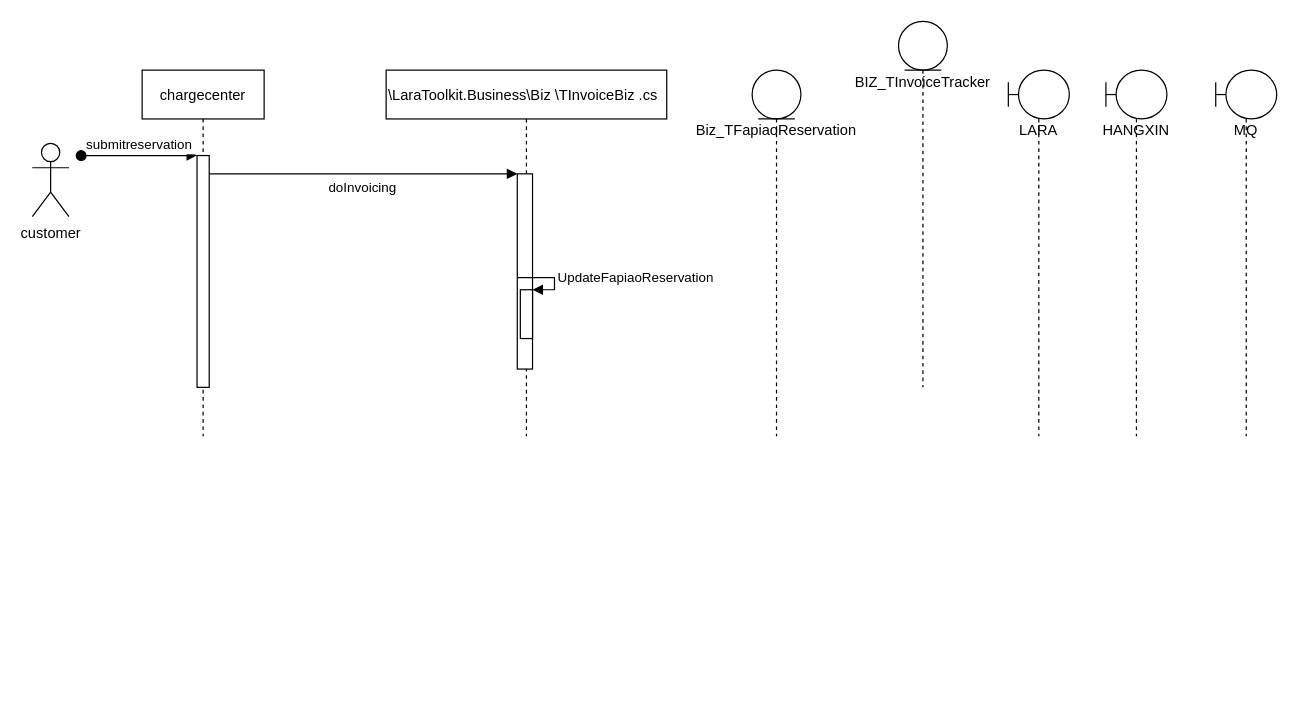
This is customer_reservation.drawio from yi2003/diagram, a draw.io file, before an edit. Source tidied: cells renumbered, new cells numbered last; positions are measured from the earlier drawing's top-left corner, leaving out a move shared by most shapes. Both pictures are drawn from the tidied source at 122%, with x=0, y=0 at pixel (32, 21).
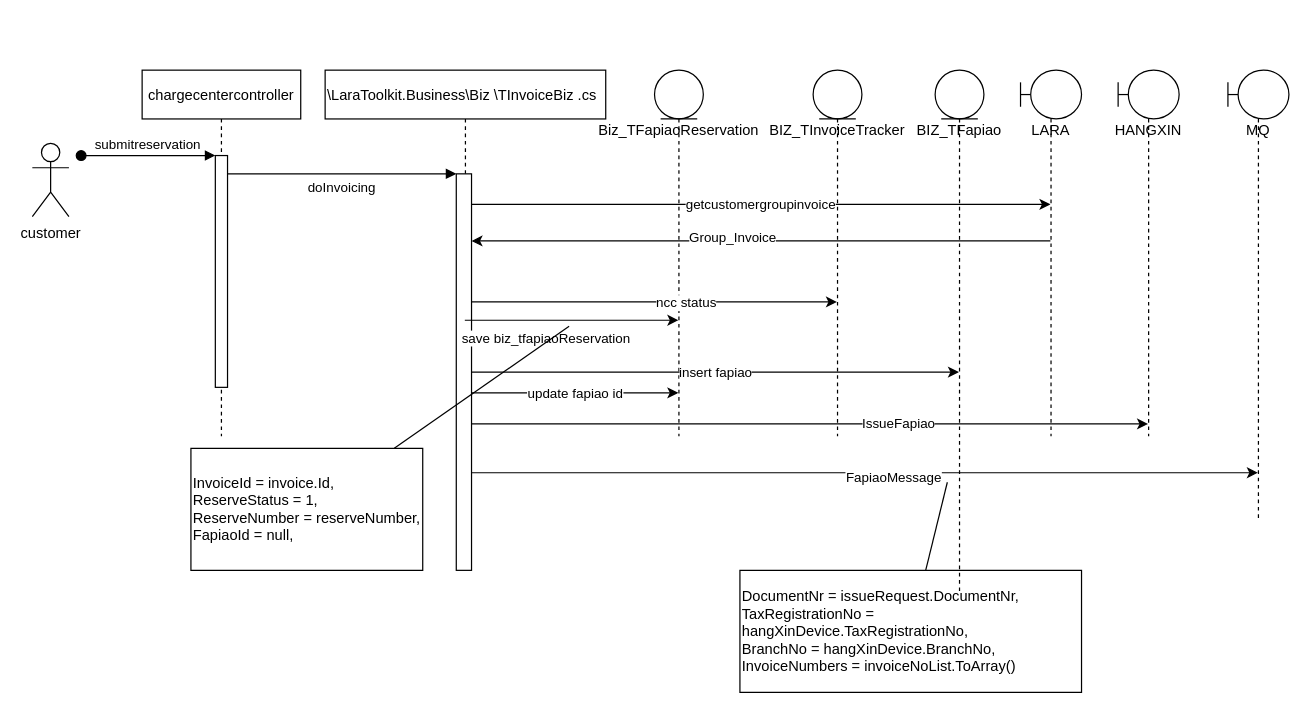
The same diagram, later.

What changed in the source:
```diff
@@
-    <mxCell id="2" value="chargecenter" style="shape=umlLifeline;perimeter=lifelinePerimeter;rounded=0;shadow=0;strokeWidth=1;" parent="1" vertex="1">
-      <mxGeometry x="90" y="40" width="100" height="300" as="geometry" />
+    <mxCell id="2" value="chargecentercontroller" style="shape=umlLifeline;perimeter=lifelinePerimeter;rounded=0;shadow=0;strokeWidth=1;" parent="1" vertex="1">
+      <mxGeometry x="90" y="40" width="130" height="300" as="geometry" />
     </mxCell>
     <mxCell id="3" style="points=[];perimeter=orthogonalPerimeter;rounded=0;shadow=0;strokeWidth=1;" parent="2" vertex="1">
-      <mxGeometry x="45" y="70" width="10" height="190" as="geometry" />
+      <mxGeometry x="60" y="70" width="10" height="190" as="geometry" />
     </mxCell>
@@
     <mxCell id="5" value="\LaraToolkit.Business\Biz \TInvoiceBiz .cs" style="shape=umlLifeline;perimeter=lifelinePerimeter;rounded=0;shadow=0;strokeWidth=1;align=left;" parent="1" vertex="1">
-      <mxGeometry x="290" y="40" width="230" height="300" as="geometry" />
+      <mxGeometry x="240" y="40" width="230" height="410" as="geometry" />
     </mxCell>
     <mxCell id="6" style="points=[];perimeter=orthogonalPerimeter;rounded=0;shadow=0;strokeWidth=1;" parent="5" vertex="1">
-      <mxGeometry x="107.5" y="85" width="12.5" height="160" as="geometry" />
+      <mxGeometry x="107.5" y="85" width="12.5" height="325" as="geometry" />
     </mxCell>
-    <mxCell id="7" style="html=1;points=[];perimeter=orthogonalPerimeter;" parent="5" vertex="1">
-      <mxGeometry x="110" y="180" width="10" height="40" as="geometry" />
-    </mxCell>
-    <mxCell id="8" value="UpdateFapiaoReservation" style="edgeStyle=orthogonalEdgeStyle;html=1;align=left;spacingLeft=2;endArrow=block;rounded=0;entryX=1;entryY=0;" parent="5" edge="1" target="7">
-      <mxGeometry relative="1" as="geometry">
-        <mxPoint x="108" y="170" as="sourcePoint" />
-        <Array as="points">
-          <mxPoint x="138" y="170" />
-        </Array>
-      </mxGeometry>
-    </mxCell>
@@
     <mxCell id="11" value="Biz_TFapiaoReservation" style="shape=umlLifeline;participant=umlEntity;perimeter=lifelinePerimeter;whiteSpace=wrap;html=1;verticalAlign=top;spacingTop=36;outlineConnect=0;" parent="1" vertex="1">
-      <mxGeometry x="590" y="40" width="40" height="300" as="geometry" />
+      <mxGeometry x="510" y="40" width="40" height="300" as="geometry" />
     </mxCell>
+    <mxCell id="16" style="edgeStyle=orthogonalEdgeStyle;rounded=0;jettySize=auto;html=1;" parent="1" edge="1" source="12" target="6">
+      <mxGeometry relative="1" as="geometry">
+        <Array as="points">
+          <mxPoint x="620" y="180" />
+          <mxPoint x="620" y="180" />
+        </Array>
+      </mxGeometry>
+    </mxCell>
+    <mxCell id="17" value="Group_Invoice" style="edgeLabel;html=1;align=center;verticalAlign=middle;" parent="16" vertex="1">
+      <mxGeometry x="0.1" y="-4" relative="1" as="geometry" />
+    </mxCell>
     <mxCell id="12" value="LARA" style="shape=umlLifeline;participant=umlBoundary;perimeter=lifelinePerimeter;whiteSpace=wrap;html=1;verticalAlign=top;spacingTop=36;outlineConnect=0;" parent="1" vertex="1">
-      <mxGeometry x="800" y="40" width="50" height="300" as="geometry" />
+      <mxGeometry x="810" y="40" width="50" height="300" as="geometry" />
     </mxCell>
     <mxCell id="13" value="HANGXIN" style="shape=umlLifeline;participant=umlBoundary;perimeter=lifelinePerimeter;whiteSpace=wrap;html=1;verticalAlign=top;spacingTop=36;outlineConnect=0;" parent="1" vertex="1">
-      <mxGeometry x="880" y="40" width="50" height="300" as="geometry" />
+      <mxGeometry x="890" y="40" width="50" height="300" as="geometry" />
     </mxCell>
     <mxCell id="14" value="MQ" style="shape=umlLifeline;participant=umlBoundary;perimeter=lifelinePerimeter;whiteSpace=wrap;html=1;verticalAlign=top;spacingTop=36;outlineConnect=0;" parent="1" vertex="1">
-      <mxGeometry x="970" y="40" width="50" height="300" as="geometry" />
+      <mxGeometry x="980" y="40" width="50" height="370" as="geometry" />
     </mxCell>
     <mxCell id="15" value="BIZ_TInvoiceTracker" style="shape=umlLifeline;participant=umlEntity;perimeter=lifelinePerimeter;whiteSpace=wrap;html=1;verticalAlign=top;spacingTop=36;outlineConnect=0;" parent="1" vertex="1">
-      <mxGeometry x="710" width="40" height="300" as="geometry" />
+      <mxGeometry x="640" y="40" width="40" height="300" as="geometry" />
     </mxCell>
+    <mxCell id="18" value="getcustomergroupinvoice" style="edgeStyle=orthogonalEdgeStyle;rounded=0;jettySize=auto;html=1;" parent="1" edge="1" source="6" target="12">
+      <mxGeometry relative="1" as="geometry">
+        <Array as="points">
+          <mxPoint x="710" y="150" />
+          <mxPoint x="710" y="150" />
+        </Array>
+      </mxGeometry>
+    </mxCell>
+    <mxCell id="19" style="edgeStyle=orthogonalEdgeStyle;rounded=0;jettySize=auto;html=1;" parent="1" edge="1" source="6" target="15">
+      <mxGeometry relative="1" as="geometry">
+        <Array as="points">
+          <mxPoint x="590" y="230" />
+          <mxPoint x="590" y="230" />
+        </Array>
+      </mxGeometry>
+    </mxCell>
+    <mxCell id="20" value="ncc status" style="edgeLabel;html=1;align=center;verticalAlign=middle;" parent="19" vertex="1">
+      <mxGeometry x="0.17" relative="1" as="geometry" />
+    </mxCell>
+    <mxCell id="21" value="save biz_tfapiaoReservation" style="edgeStyle=orthogonalEdgeStyle;rounded=0;jettySize=auto;html=1;" parent="1" edge="1" source="5" target="11">
+      <mxGeometry x="-0.25" y="-15" relative="1" as="geometry">
+        <Array as="points">
+          <mxPoint x="400" y="260" />
+          <mxPoint x="400" y="260" />
+        </Array>
+      </mxGeometry>
+    </mxCell>
+    <mxCell id="22" style="endArrow=none;html=1;rounded=0;" parent="1" edge="1" target="31">
+      <mxGeometry relative="1" as="geometry">
+        <mxPoint x="440" y="250" as="sourcePoint" />
+      </mxGeometry>
+    </mxCell>
+    <mxCell id="23" style="edgeStyle=orthogonalEdgeStyle;rounded=0;jettySize=auto;html=1;" parent="1" edge="1" source="6" target="13">
+      <mxGeometry relative="1" as="geometry">
+        <Array as="points">
+          <mxPoint x="690" y="330" />
+          <mxPoint x="690" y="330" />
+        </Array>
+      </mxGeometry>
+    </mxCell>
+    <mxCell id="24" value="IssueFapiao" style="edgeLabel;html=1;align=center;verticalAlign=middle;" parent="23" vertex="1">
+      <mxGeometry x="0.26" y="1" relative="1" as="geometry" />
+    </mxCell>
+    <mxCell id="25" style="edgeStyle=orthogonalEdgeStyle;rounded=0;jettySize=auto;html=1;" parent="1" edge="1" source="6" target="14">
+      <mxGeometry relative="1" as="geometry">
+        <Array as="points">
+          <mxPoint x="770" y="370" />
+          <mxPoint x="770" y="370" />
+        </Array>
+      </mxGeometry>
+    </mxCell>
+    <mxCell id="26" value="FapiaoMessage" style="edgeLabel;html=1;align=center;verticalAlign=middle;" parent="25" vertex="1">
+      <mxGeometry x="0.07" y="-3" relative="1" as="geometry" />
+    </mxCell>
+    <mxCell id="27" value="&lt;div&gt;DocumentNr = issueRequest.DocumentNr,&lt;/div&gt;&lt;div&gt;TaxRegistrationNo = hangXinDevice.TaxRegistrationNo,&lt;/div&gt;&lt;div&gt;BranchNo = hangXinDevice.BranchNo,&lt;/div&gt;&lt;div&gt;InvoiceNumbers = invoiceNoList.ToArray()&lt;/div&gt;" style="shape=note;size=0;whiteSpace=wrap;html=1;align=left;" parent="1" vertex="1">
+      <mxGeometry x="580" y="450" width="280" height="100" as="geometry" />
+    </mxCell>
+    <mxCell id="28" style="endArrow=none;html=1;rounded=0;" parent="1" edge="1" target="27">
+      <mxGeometry relative="1" as="geometry">
+        <mxPoint x="750" y="377.8" as="sourcePoint" />
+      </mxGeometry>
+    </mxCell>
+    <mxCell id="29" value="BIZ_TFapiao" style="shape=umlLifeline;participant=umlEntity;perimeter=lifelinePerimeter;whiteSpace=wrap;html=1;verticalAlign=top;spacingTop=36;outlineConnect=0;" parent="1" vertex="1">
+      <mxGeometry x="740" y="40" width="40" height="430" as="geometry" />
+    </mxCell>
+    <mxCell id="30" value="insert fapiao" style="edgeStyle=orthogonalEdgeStyle;rounded=0;jettySize=auto;html=1;" parent="1" edge="1" source="6" target="29">
+      <mxGeometry relative="1" as="geometry">
+        <Array as="points">
+          <mxPoint x="700" y="288" />
+          <mxPoint x="700" y="288" />
+        </Array>
+      </mxGeometry>
+    </mxCell>
+    <mxCell id="31" value="&lt;div&gt;InvoiceId = invoice.Id,&lt;/div&gt;&lt;div&gt;ReserveStatus = 1,&lt;/div&gt;&lt;div&gt;ReserveNumber = reserveNumber,&lt;/div&gt;&lt;div&gt;FapiaoId = null,&lt;/div&gt;" style="shape=note;size=0;whiteSpace=wrap;html=1;align=left;" parent="1" vertex="1">
+      <mxGeometry x="130" y="350" width="190" height="100" as="geometry" />
+    </mxCell>
+    <mxCell id="32" value="update fapiao id" style="edgeStyle=orthogonalEdgeStyle;rounded=0;orthogonalLoop=1;jettySize=auto;html=1;" parent="1" edge="1">
+      <mxGeometry relative="1" as="geometry">
+        <mxPoint x="360" y="304.5" as="sourcePoint" />
+        <mxPoint x="529.5" y="304.5" as="targetPoint" />
+        <Array as="points">
+          <mxPoint x="490" y="305" />
+          <mxPoint x="490" y="305" />
+        </Array>
+      </mxGeometry>
+    </mxCell>
```
